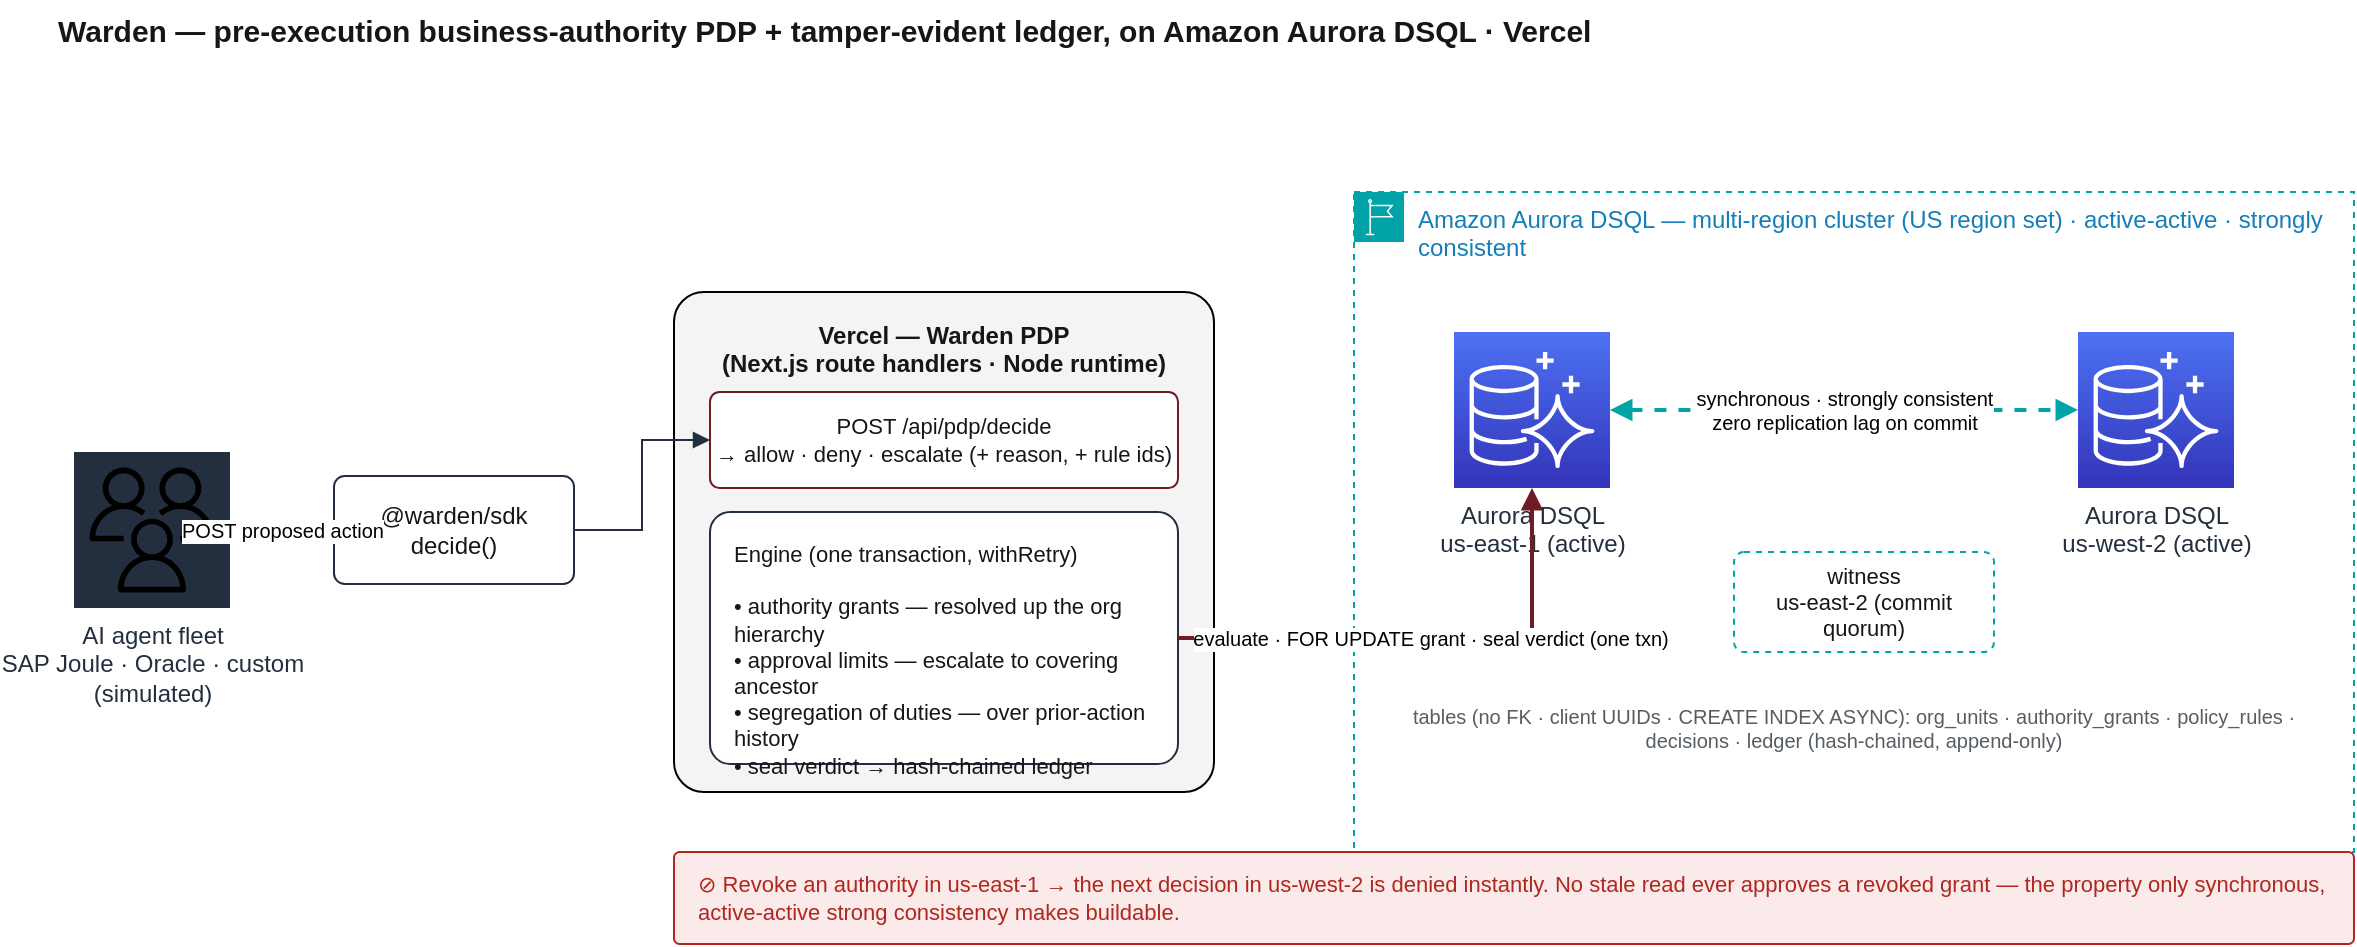
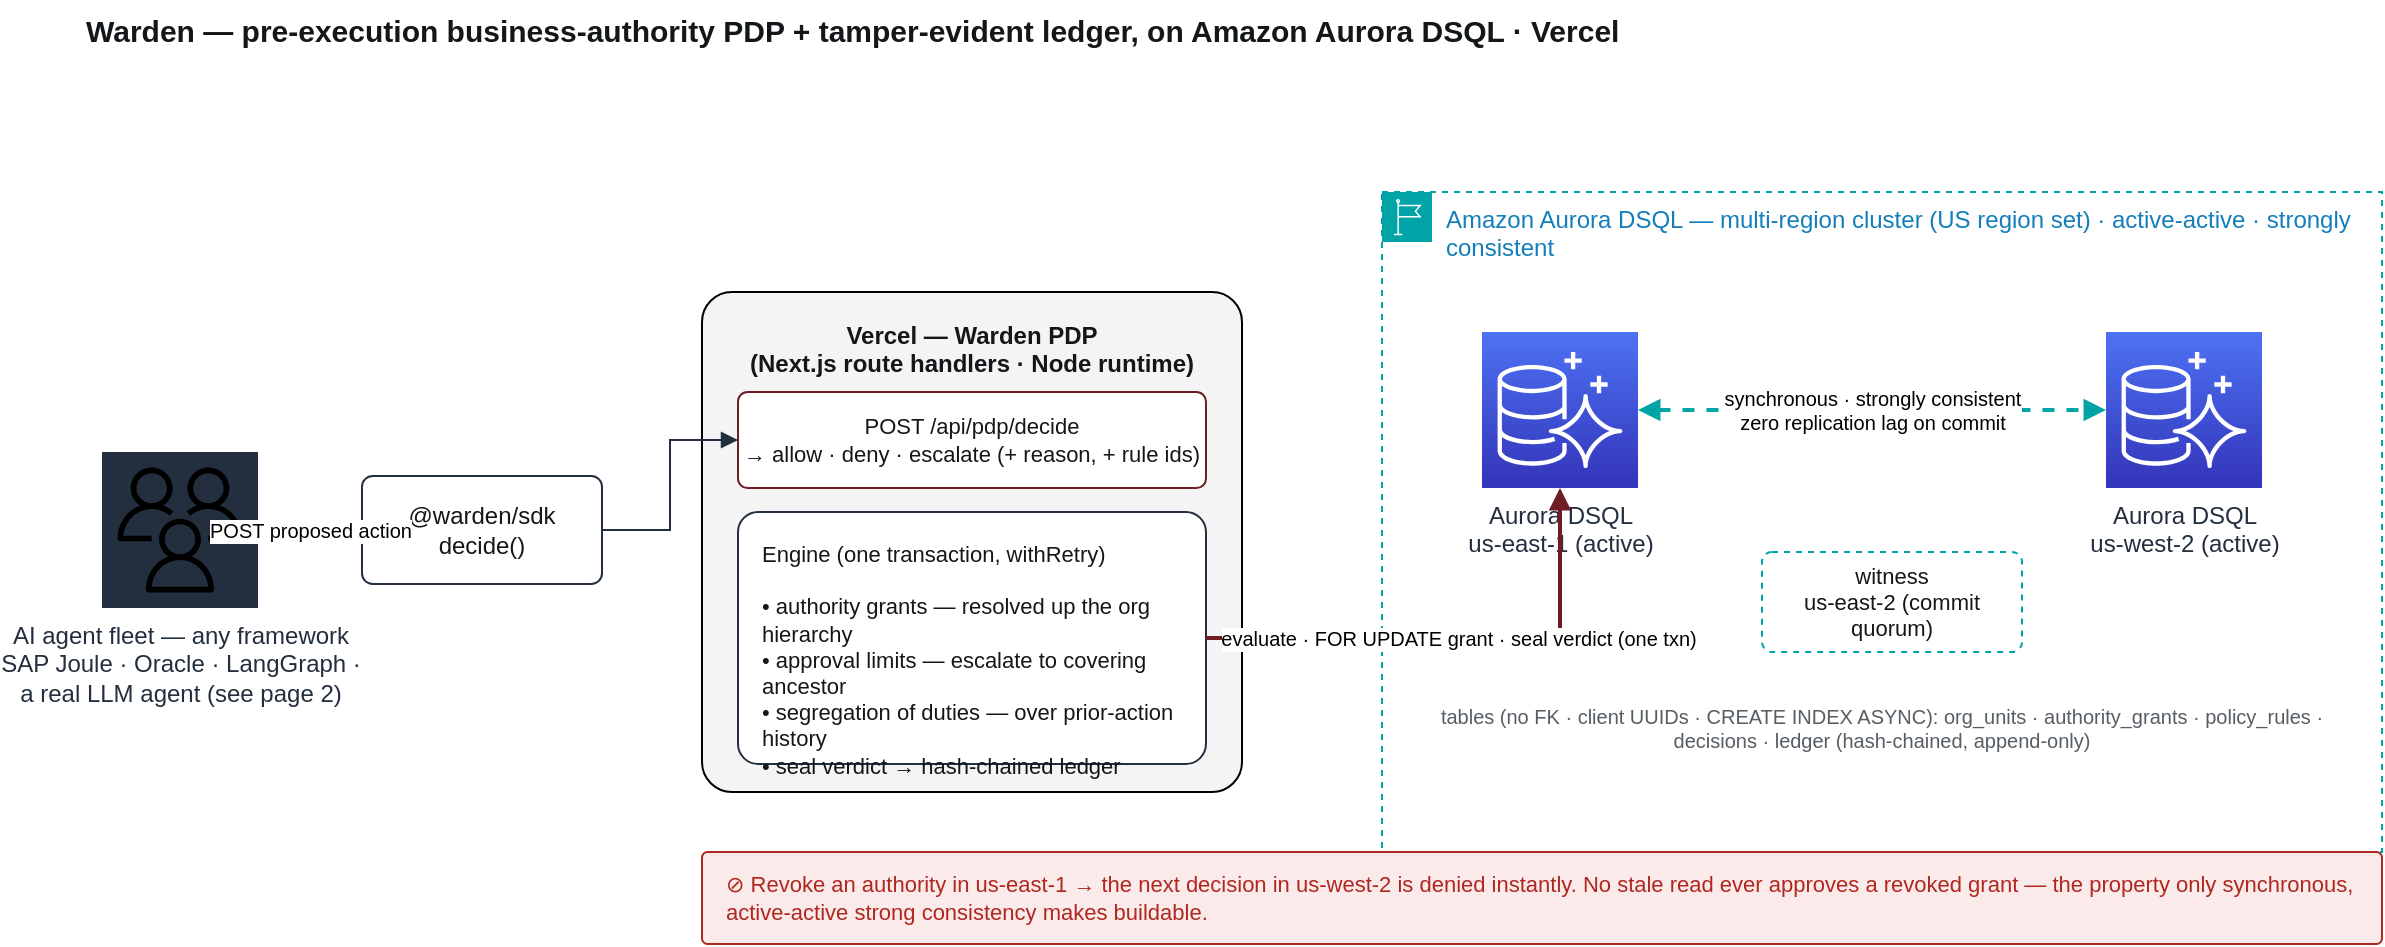
<mxfile host="app.diagrams.net" agent="Warden H0" version="24.0.0">
  <diagram name="Warden architecture" id="warden-arch-1">
    <mxGraphModel dx="1400" dy="820" grid="1" gridSize="10" guides="1" tooltips="1" connect="1" arrows="1" fold="1" page="1" pageScale="1" pageWidth="1300" pageHeight="540" math="0" shadow="0">
      <root>
        <mxCell id="0" />
        <mxCell id="1" parent="0" />

        <mxCell id="title" value="Warden — pre-execution business-authority PDP + tamper-evident ledger, on Amazon Aurora DSQL · Vercel" style="text;html=1;align=left;verticalAlign=middle;fontSize=15;fontStyle=1;fontColor=#14171A;" vertex="1" parent="1">
          <mxGeometry x="40" y="24" width="980" height="30" as="geometry" />
        </mxCell>

-         <mxCell id="agent" value="AI agent fleet&lt;br&gt;SAP Joule · Oracle · custom&lt;br&gt;(simulated)" style="sketch=0;outlineConnect=0;fontColor=#232F3E;gradientColor=none;fillColor=#232F3E;strokeColor=none;dashed=0;verticalLabelPosition=bottom;verticalAlign=top;align=center;html=1;fontSize=12;fontStyle=0;aspect=fixed;shape=mxgraph.aws4.resourceIcon;resIcon=mxgraph.aws4.users;" vertex="1" parent="1">
+         <mxCell id="agent" value="AI agent fleet — any framework&lt;br&gt;SAP Joule · Oracle · LangGraph ·&lt;br&gt;a real LLM agent (see page 2)" style="sketch=0;outlineConnect=0;fontColor=#232F3E;gradientColor=none;fillColor=#232F3E;strokeColor=none;dashed=0;verticalLabelPosition=bottom;verticalAlign=top;align=center;html=1;fontSize=12;fontStyle=0;aspect=fixed;shape=mxgraph.aws4.resourceIcon;resIcon=mxgraph.aws4.users;" vertex="1" parent="1">
          <mxGeometry x="50" y="250" width="78" height="78" as="geometry" />
        </mxCell>

        <mxCell id="sdk" value="@warden/sdk&lt;br&gt;decide()" style="rounded=1;whiteSpace=wrap;html=1;arcSize=10;fillColor=#FFFFFF;strokeColor=#232F3E;fontColor=#14171A;fontSize=12;" vertex="1" parent="1">
          <mxGeometry x="180" y="262" width="120" height="54" as="geometry" />
        </mxCell>

        <mxCell id="vbox" value="Vercel — Warden PDP&#10;(Next.js route handlers · Node runtime)" style="rounded=1;whiteSpace=wrap;html=1;arcSize=6;fillColor=#F4F4F4;strokeColor=#000000;fontColor=#14171A;fontSize=12;fontStyle=1;verticalAlign=top;spacingTop=8;" vertex="1" parent="1">
          <mxGeometry x="350" y="170" width="270" height="250" as="geometry" />
        </mxCell>
        <mxCell id="pdp" value="POST /api/pdp/decide&lt;br&gt;→ allow · deny · escalate (+ reason, + rule ids)" style="rounded=1;whiteSpace=wrap;html=1;arcSize=10;fillColor=#FFFFFF;strokeColor=#6E1D24;fontColor=#14171A;fontSize=11;" vertex="1" parent="1">
          <mxGeometry x="368" y="220" width="234" height="48" as="geometry" />
        </mxCell>
        <mxCell id="engine" value="Engine (one transaction, withRetry)&lt;br&gt;&lt;br&gt;• authority grants — resolved up the org hierarchy&lt;br&gt;• approval limits — escalate to covering ancestor&lt;br&gt;• segregation of duties — over prior-action history&lt;br&gt;• seal verdict → hash-chained ledger" style="rounded=1;whiteSpace=wrap;html=1;arcSize=8;fillColor=#FFFFFF;strokeColor=#232F3E;fontColor=#14171A;fontSize=11;align=left;spacingLeft=10;verticalAlign=top;spacingTop=8;" vertex="1" parent="1">
          <mxGeometry x="368" y="280" width="234" height="126" as="geometry" />
        </mxCell>

        <mxCell id="region" value="Amazon Aurora DSQL — multi-region cluster (US region set) · active-active · strongly consistent" style="sketch=0;outlineConnect=0;gradientColor=none;html=1;whiteSpace=wrap;fontSize=12;fontStyle=0;container=0;pointerEvents=0;collapsible=0;recursiveResize=0;shape=mxgraph.aws4.group;grIcon=mxgraph.aws4.group_region;strokeColor=#00A4A6;fillColor=none;verticalAlign=top;align=left;spacingLeft=30;fontColor=#147EBA;dashed=1;" vertex="1" parent="1">
          <mxGeometry x="690" y="120" width="500" height="330" as="geometry" />
        </mxCell>
        <mxCell id="dsqlA" value="Aurora DSQL&lt;br&gt;us-east-1 (active)" style="sketch=0;outlineConnect=0;fontColor=#232F3E;gradientColor=#4D72F3;gradientDirection=north;fillColor=#3334B9;strokeColor=#ffffff;dashed=0;verticalLabelPosition=bottom;verticalAlign=top;align=center;html=1;fontSize=12;fontStyle=0;aspect=fixed;shape=mxgraph.aws4.resourceIcon;resIcon=mxgraph.aws4.aurora;" vertex="1" parent="1">
          <mxGeometry x="740" y="190" width="78" height="78" as="geometry" />
        </mxCell>
        <mxCell id="dsqlB" value="Aurora DSQL&lt;br&gt;us-west-2 (active)" style="sketch=0;outlineConnect=0;fontColor=#232F3E;gradientColor=#4D72F3;gradientDirection=north;fillColor=#3334B9;strokeColor=#ffffff;dashed=0;verticalLabelPosition=bottom;verticalAlign=top;align=center;html=1;fontSize=12;fontStyle=0;aspect=fixed;shape=mxgraph.aws4.resourceIcon;resIcon=mxgraph.aws4.aurora;" vertex="1" parent="1">
          <mxGeometry x="1052" y="190" width="78" height="78" as="geometry" />
        </mxCell>
        <mxCell id="witness" value="witness&lt;br&gt;us-east-2 (commit quorum)" style="rounded=1;whiteSpace=wrap;html=1;arcSize=10;fillColor=#FFFFFF;strokeColor=#00A4A6;fontColor=#14171A;fontSize=11;dashed=1;" vertex="1" parent="1">
          <mxGeometry x="880" y="300" width="130" height="50" as="geometry" />
        </mxCell>
        <mxCell id="tables" value="tables (no FK · client UUIDs · CREATE INDEX ASYNC): org_units · authority_grants · policy_rules · decisions · ledger (hash-chained, append-only)" style="text;html=1;align=center;verticalAlign=middle;fontSize=10;fontColor=#565D63;whiteSpace=wrap;" vertex="1" parent="1">
          <mxGeometry x="710" y="368" width="460" height="40" as="geometry" />
        </mxCell>

        <mxCell id="callout" value="⊘  Revoke an authority in us-east-1 → the next decision in us-west-2 is denied instantly. No stale read ever approves a revoked grant — the property only synchronous, active-active strong consistency makes buildable." style="rounded=1;whiteSpace=wrap;html=1;arcSize=6;fillColor=#FBEAEA;strokeColor=#B0271F;fontColor=#B0271F;fontSize=11;align=left;spacingLeft=10;" vertex="1" parent="1">
          <mxGeometry x="350" y="450" width="840" height="46" as="geometry" />
        </mxCell>

        <mxCell id="e1" value="POST proposed action" style="edgeStyle=orthogonalEdgeStyle;rounded=0;html=1;fontSize=10;endArrow=block;strokeColor=#232F3E;" edge="1" parent="1" source="agent" target="sdk">
          <mxGeometry relative="1" as="geometry" />
        </mxCell>
        <mxCell id="e2" value="" style="edgeStyle=orthogonalEdgeStyle;rounded=0;html=1;endArrow=block;strokeColor=#232F3E;" edge="1" parent="1" source="sdk" target="pdp">
          <mxGeometry relative="1" as="geometry" />
        </mxCell>
        <mxCell id="e3" value="evaluate · FOR UPDATE grant · seal verdict (one txn)" style="edgeStyle=orthogonalEdgeStyle;rounded=0;html=1;fontSize=10;endArrow=block;strokeColor=#6E1D24;strokeWidth=2;" edge="1" parent="1" source="engine" target="dsqlA">
          <mxGeometry relative="1" as="geometry" />
        </mxCell>
        <mxCell id="e4" value="synchronous · strongly consistent&lt;br&gt;zero replication lag on commit" style="html=1;fontSize=10;startArrow=block;endArrow=block;strokeColor=#00A4A6;strokeWidth=2;dashed=1;" edge="1" parent="1" source="dsqlA" target="dsqlB">
          <mxGeometry relative="1" as="geometry" />
        </mxCell>
      </root>
    </mxGraphModel>
  </diagram>
+   <diagram name="Demo flow — agent tab and Warden tab" id="warden-demo-1">
+     <mxGraphModel dx="1400" dy="820" grid="1" gridSize="10" guides="1" tooltips="1" connect="1" arrows="1" fold="1" page="1" pageScale="1" pageWidth="1360" pageHeight="500" math="0" shadow="0">
+       <root>
+         <mxCell id="0" />
+         <mxCell id="1" parent="0" />
+ 
+         <mxCell id="t2title" value="Demo — two tabs, one contract: a real LLM agent (left) governed by Warden (right)" style="text;html=1;align=left;verticalAlign=middle;fontSize=15;fontStyle=1;fontColor=#14171A;" vertex="1" parent="1"><mxGeometry x="40" y="22" width="1000" height="30" as="geometry" /></mxCell>
+ 
+         <mxCell id="t2gw" value="Vercel AI Gateway → Anthropic Claude Sonnet 4.6" style="rounded=1;whiteSpace=wrap;html=1;arcSize=10;fillColor=#14171A;strokeColor=#000000;fontColor=#FFFFFF;fontSize=11;" vertex="1" parent="1"><mxGeometry x="55" y="92" width="255" height="40" as="geometry" /></mxCell>
+ 
+         <mxCell id="t2tab1" value="Tab 1 · /agent — agent runtime (a separate app)" style="rounded=1;whiteSpace=wrap;html=1;arcSize=6;fillColor=#1B1F24;strokeColor=#000000;fontColor=#FFFFFF;fontSize=12;fontStyle=1;verticalAlign=top;spacingTop=8;" vertex="1" parent="1"><mxGeometry x="40" y="158" width="290" height="252" as="geometry" /></mxCell>
+         <mxCell id="t2llm" value="LLM agent · ToolLoopAgent&lt;br&gt;reasons, decides which tool to call" style="rounded=1;whiteSpace=wrap;html=1;arcSize=10;fillColor=#2A2F36;strokeColor=#3A424B;fontColor=#FFFFFF;fontSize=11;" vertex="1" parent="1"><mxGeometry x="58" y="210" width="254" height="46" as="geometry" /></mxCell>
+         <mxCell id="t2tool" value="tool.execute()  →  calls Warden decide() FIRST&lt;br&gt;the action runs ONLY on ALLOW&lt;br&gt;(the LLM never decides the verdict)" style="rounded=1;whiteSpace=wrap;html=1;arcSize=10;fillColor=#2A2F36;strokeColor=#6E1D24;fontColor=#FFFFFF;fontSize=11;" vertex="1" parent="1"><mxGeometry x="58" y="266" width="254" height="78" as="geometry" /></mxCell>
+         <mxCell id="t2actor" value="acts as maya.chen · Crude Desk Agent" style="text;html=1;align=left;verticalAlign=middle;fontSize=10;fontColor=#9AA3AD;" vertex="1" parent="1"><mxGeometry x="62" y="350" width="254" height="24" as="geometry" /></mxCell>
+ 
+         <mxCell id="t2pdp" value="Warden PDP (Vercel · /api/pdp/decide)" style="rounded=1;whiteSpace=wrap;html=1;arcSize=6;fillColor=#F4F4F4;strokeColor=#000000;fontColor=#14171A;fontSize=12;fontStyle=1;verticalAlign=top;spacingTop=8;" vertex="1" parent="1"><mxGeometry x="392" y="168" width="262" height="214" as="geometry" /></mxCell>
+         <mxCell id="t2engine" value="Engine — one txn, withRetry&lt;br&gt;&lt;br&gt;• grants ↑ org hierarchy&lt;br&gt;• approval limit → escalate&lt;br&gt;• segregation of duties (history)&lt;br&gt;• verdict: allow · deny · escalate + reason&lt;br&gt;• seal verdict → hash-chained ledger" style="rounded=1;whiteSpace=wrap;html=1;arcSize=8;fillColor=#FFFFFF;strokeColor=#6E1D24;fontColor=#14171A;fontSize=11;align=left;spacingLeft=10;verticalAlign=top;spacingTop=8;" vertex="1" parent="1"><mxGeometry x="410" y="220" width="226" height="148" as="geometry" /></mxCell>
+ 
+         <mxCell id="t2region" value="Amazon Aurora DSQL — multi-region, strongly consistent" style="sketch=0;outlineConnect=0;gradientColor=none;html=1;whiteSpace=wrap;fontSize=11;container=0;pointerEvents=0;collapsible=0;shape=mxgraph.aws4.group;grIcon=mxgraph.aws4.group_region;strokeColor=#00A4A6;fillColor=none;verticalAlign=top;align=left;spacingLeft=30;fontColor=#147EBA;dashed=1;" vertex="1" parent="1"><mxGeometry x="712" y="150" width="338" height="232" as="geometry" /></mxCell>
+         <mxCell id="t2dA" value="Aurora DSQL&lt;br&gt;us-east-1" style="sketch=0;outlineConnect=0;fontColor=#232F3E;gradientColor=#4D72F3;gradientDirection=north;fillColor=#3334B9;strokeColor=#ffffff;verticalLabelPosition=bottom;verticalAlign=top;align=center;html=1;fontSize=11;aspect=fixed;shape=mxgraph.aws4.resourceIcon;resIcon=mxgraph.aws4.aurora;" vertex="1" parent="1"><mxGeometry x="752" y="200" width="70" height="70" as="geometry" /></mxCell>
+         <mxCell id="t2dB" value="Aurora DSQL&lt;br&gt;us-west-2" style="sketch=0;outlineConnect=0;fontColor=#232F3E;gradientColor=#4D72F3;gradientDirection=north;fillColor=#3334B9;strokeColor=#ffffff;verticalLabelPosition=bottom;verticalAlign=top;align=center;html=1;fontSize=11;aspect=fixed;shape=mxgraph.aws4.resourceIcon;resIcon=mxgraph.aws4.aurora;" vertex="1" parent="1"><mxGeometry x="940" y="200" width="70" height="70" as="geometry" /></mxCell>
+         <mxCell id="t2dnote" value="read grants (FOR UPDATE) · write decision + hash-chained ledger · one txn" style="text;html=1;align=center;verticalAlign=middle;fontSize=10;fontColor=#565D63;whiteSpace=wrap;" vertex="1" parent="1"><mxGeometry x="724" y="318" width="314" height="44" as="geometry" /></mxCell>
+ 
+         <mxCell id="t2tab2" value="Tab 2 · /console — Warden console" style="rounded=1;whiteSpace=wrap;html=1;arcSize=6;fillColor=#EEF1F0;strokeColor=#14171A;fontColor=#14171A;fontSize=12;fontStyle=1;verticalAlign=top;spacingTop=8;" vertex="1" parent="1"><mxGeometry x="1100" y="158" width="220" height="252" as="geometry" /></mxCell>
+         <mxCell id="t2cnote" value="the governed decision lands LIVE:&lt;br&gt;&lt;br&gt;• request feed&lt;br&gt;• Decision Inspector&lt;br&gt;• verdict · reason · trace&lt;br&gt;• sealed ledger chain&lt;br&gt;&lt;br&gt;(2.5s live poll)" style="text;html=1;align=left;verticalAlign=top;fontSize=11;fontColor=#14171A;whiteSpace=wrap;spacingLeft=4;" vertex="1" parent="1"><mxGeometry x="1116" y="212" width="190" height="180" as="geometry" /></mxCell>
+ 
+         <mxCell id="t2nlp" value="NL→policy: describe a control in plain English → Claude Haiku compiles → policy_rule → enforced on the next decision" style="rounded=1;whiteSpace=wrap;html=1;arcSize=8;fillColor=#F4EEF0;strokeColor=#6E1D24;fontColor=#6E1D24;fontSize=10;align=left;spacingLeft=8;" vertex="1" parent="1"><mxGeometry x="392" y="398" width="262" height="48" as="geometry" /></mxCell>
+         <mxCell id="t2beats" value="capture → ALLOW   ·   settle own deal → DENY SOD-FBO-01   ·   over-limit → ESCALATE   ·   revoke → DENY" style="text;html=1;align=center;verticalAlign=middle;fontSize=10;fontColor=#565D63;whiteSpace=wrap;" vertex="1" parent="1"><mxGeometry x="712" y="404" width="338" height="36" as="geometry" /></mxCell>
+ 
+         <mxCell id="t2e1" value="reasoning" style="edgeStyle=orthogonalEdgeStyle;html=1;fontSize=10;endArrow=block;startArrow=block;strokeColor=#9AA3AD;dashed=1;" edge="1" parent="1" source="t2gw" target="t2llm"><mxGeometry relative="1" as="geometry" /></mxCell>
+         <mxCell id="t2e2" value="POST decide() — pre-execution gate" style="edgeStyle=orthogonalEdgeStyle;html=1;fontSize=10;endArrow=block;strokeColor=#6E1D24;strokeWidth=2;" edge="1" parent="1" source="t2tool" target="t2pdp"><mxGeometry relative="1" as="geometry" /></mxCell>
+         <mxCell id="t2e3" value="evaluate · seal verdict (one txn)" style="edgeStyle=orthogonalEdgeStyle;html=1;fontSize=10;endArrow=block;strokeColor=#6E1D24;strokeWidth=2;" edge="1" parent="1" source="t2engine" target="t2dA"><mxGeometry relative="1" as="geometry" /></mxCell>
+         <mxCell id="t2e4" value="synchronous&lt;br&gt;strongly consistent" style="html=1;fontSize=9;startArrow=block;endArrow=block;strokeColor=#00A4A6;strokeWidth=2;dashed=1;" edge="1" parent="1" source="t2dA" target="t2dB"><mxGeometry relative="1" as="geometry" /></mxCell>
+         <mxCell id="t2e5" value="verdict → proceed / halt / escalate" style="edgeStyle=orthogonalEdgeStyle;html=1;fontSize=10;endArrow=block;strokeColor=#565D63;dashed=1;exitX=0.5;exitY=1;exitDx=0;exitDy=0;entryX=0.5;entryY=1;entryDx=0;entryDy=0;" edge="1" parent="1" source="t2region" target="t2tool"><mxGeometry relative="1" as="geometry" /></mxCell>
+         <mxCell id="t2e6" value="decisions + ledger (poll)" style="edgeStyle=orthogonalEdgeStyle;html=1;fontSize=10;endArrow=block;strokeColor=#565D63;dashed=1;" edge="1" parent="1" source="t2region" target="t2tab2"><mxGeometry relative="1" as="geometry" /></mxCell>
+         <mxCell id="t2e7" value="" style="edgeStyle=orthogonalEdgeStyle;html=1;endArrow=block;strokeColor=#6E1D24;dashed=1;" edge="1" parent="1" source="t2nlp" target="t2engine"><mxGeometry relative="1" as="geometry" /></mxCell>
+       </root>
+     </mxGraphModel>
+   </diagram>
</mxfile>
